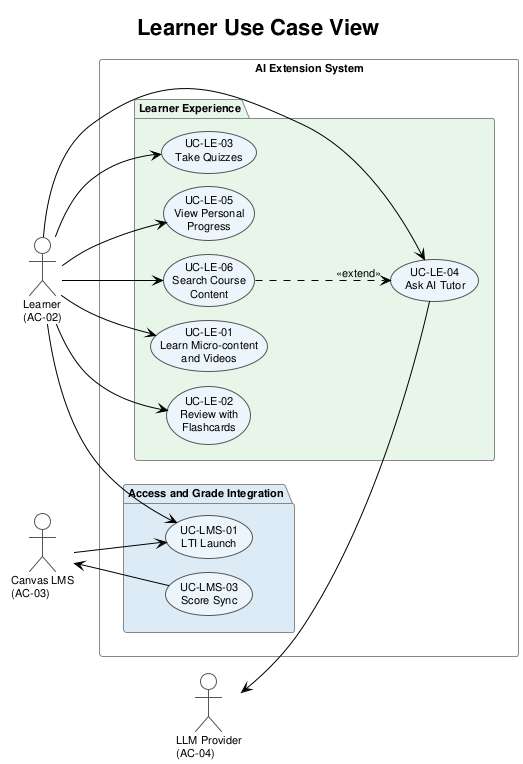
Before: lvtn_en/diagrams/usecase_learner.png, a diagram exported from PlantUML (252-DA/report).
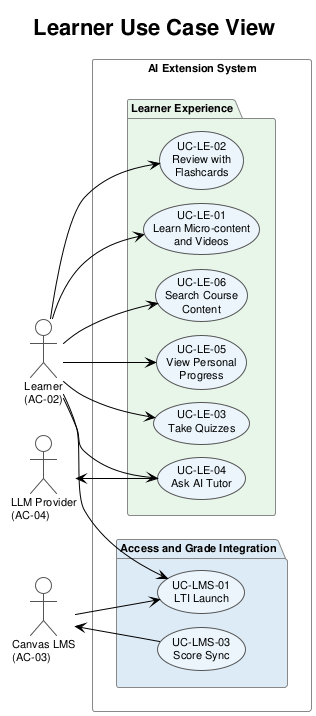
After the commit.

Change to the diagram source:
```diff
@@ -47,6 +47,4 @@
 Canvas <-- UC_AGS
 LLM <-- UC_Chat
 
-UC_Search ..> UC_Chat : <<extend>>
-
 @enduml
```
